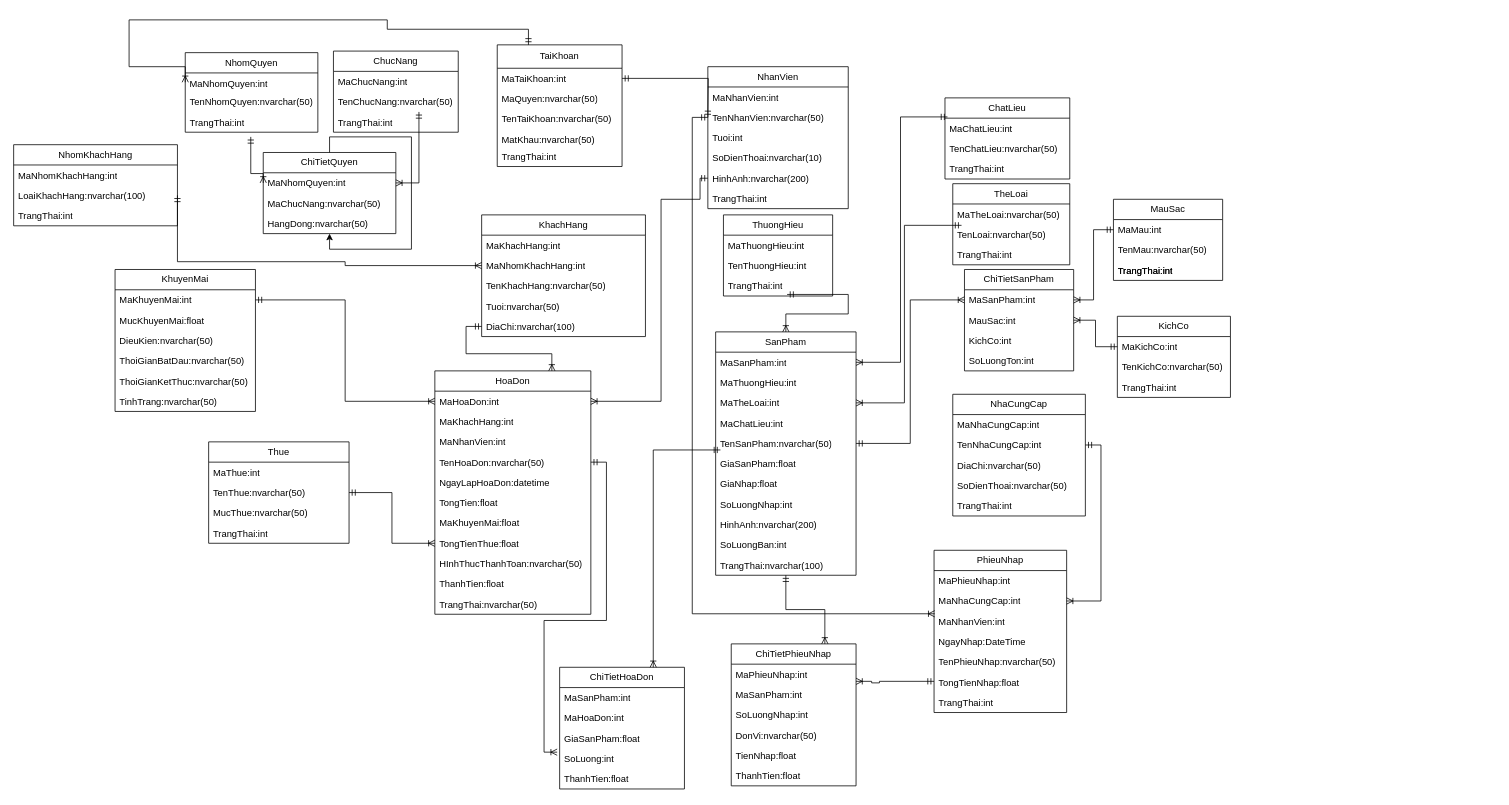
This is Biểu đồ không có tiêu đề (1).drawio from maivantai2003/Database, a draw.io file, before an edit. Source tidied: cells renumbered, new cells numbered last; positions are measured from the earlier drawing's top-left corner, leaving out a move shared by most shapes. Both pictures are drawn from the tidied source at 78%, with x=0, y=0 at pixel (13, 20).
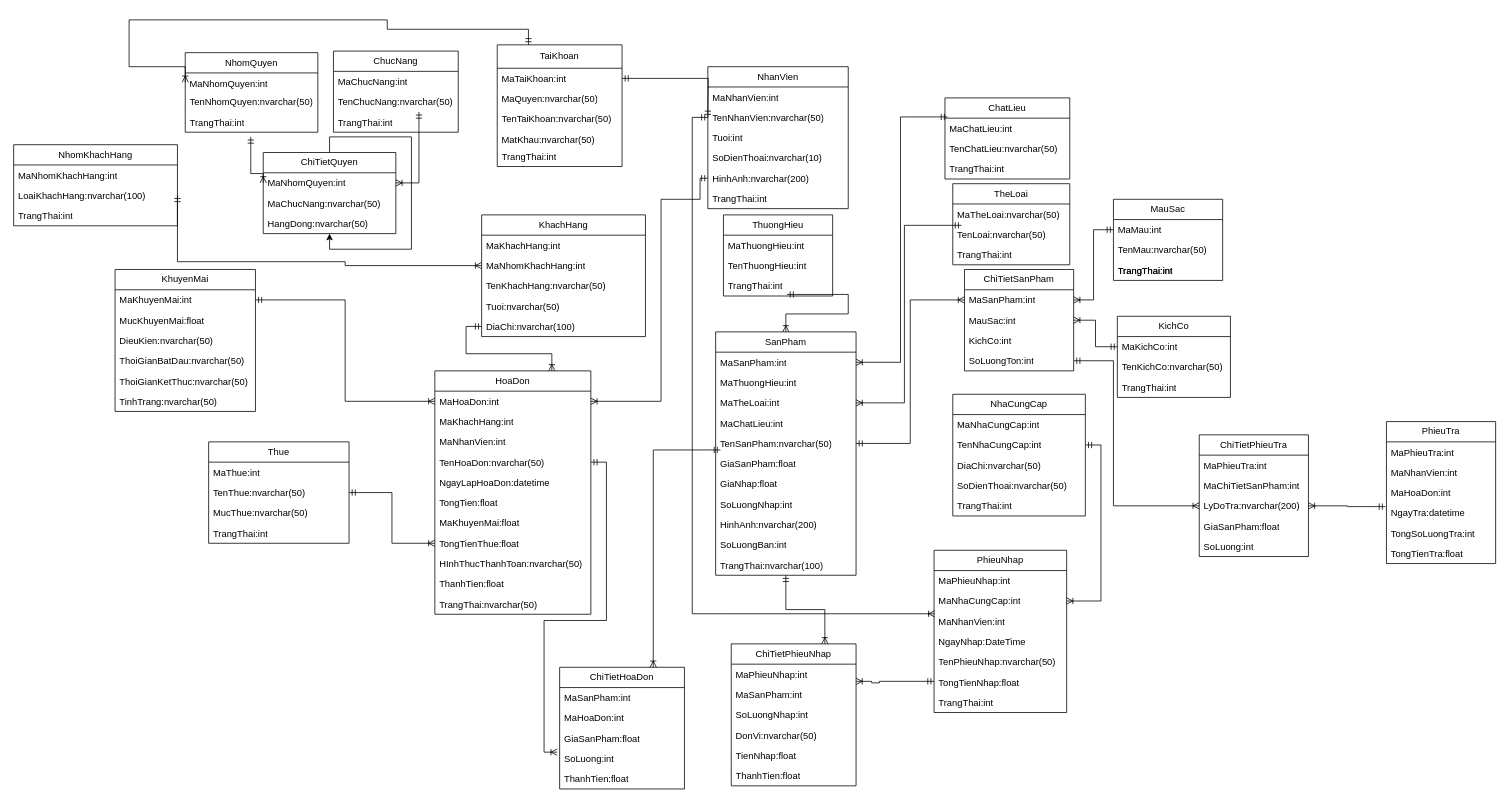
The same page after the edit.

Commit message:
Cập nhật Biểu đồ không có tiêu đề (1).drawio

The change refers to these unchanged cells:
```xml
<mxCell id="137" value="SoLuongTon:int" style="text;strokeColor=none;fillColor=none;align=left;verticalAlign=top;spacingLeft=4;spacingRight=4;overflow=hidden;points=[[0,0.5],[1,0.5]];portConstraint=eastwest;whiteSpace=wrap;html=1;" parent="133" vertex="1">
  <mxGeometry y="104" width="140" height="26" as="geometry" />
</mxCell>
```

The edit, as a diff of the source:
```diff
@@
+    <mxCell id="148" value="PhieuTra" style="swimlane;fontStyle=0;horizontal=1;startSize=26;fillColor=none;whiteSpace=wrap;html=1;" parent="1" vertex="1">
+      <mxGeometry x="1760" y="515" width="140" height="182" as="geometry" />
+    </mxCell>
+    <mxCell id="149" value="MaPhieuTra:int" style="text;strokeColor=none;fillColor=none;align=left;verticalAlign=top;spacingLeft=4;spacingRight=4;overflow=hidden;whiteSpace=wrap;html=1;" parent="148" vertex="1">
+      <mxGeometry y="26" width="140" height="26" as="geometry" />
+    </mxCell>
+    <mxCell id="150" value="MaNhanVien:int" style="text;strokeColor=none;fillColor=none;align=left;verticalAlign=top;spacingLeft=4;spacingRight=4;overflow=hidden;whiteSpace=wrap;html=1;" parent="148" vertex="1">
+      <mxGeometry y="52" width="140" height="26" as="geometry" />
+    </mxCell>
+    <mxCell id="151" value="MaHoaDon:int" style="text;strokeColor=none;fillColor=none;align=left;verticalAlign=top;spacingLeft=4;spacingRight=4;overflow=hidden;whiteSpace=wrap;html=1;" parent="148" vertex="1">
+      <mxGeometry y="78" width="140" height="26" as="geometry" />
+    </mxCell>
+    <mxCell id="152" value="NgayTra:datetime" style="text;strokeColor=none;fillColor=none;align=left;verticalAlign=top;spacingLeft=4;spacingRight=4;overflow=hidden;points=[[0,0.5],[1,0.5]];portConstraint=eastwest;whiteSpace=wrap;html=1;" parent="148" vertex="1">
+      <mxGeometry y="104" width="140" height="26" as="geometry" />
+    </mxCell>
+    <mxCell id="153" value="TongSoLuongTra:int" style="text;strokeColor=none;fillColor=none;align=left;verticalAlign=top;spacingLeft=4;spacingRight=4;overflow=hidden;whiteSpace=wrap;html=1;" parent="148" vertex="1">
+      <mxGeometry y="130" width="140" height="26" as="geometry" />
+    </mxCell>
+    <mxCell id="154" value="TongTienTra:float" style="text;strokeColor=none;fillColor=none;align=left;verticalAlign=top;spacingLeft=4;spacingRight=4;overflow=hidden;whiteSpace=wrap;html=1;" parent="148" vertex="1">
+      <mxGeometry y="156" width="140" height="26" as="geometry" />
+    </mxCell>
+    <mxCell id="155" value="ChiTietPhieuTra" style="swimlane;fontStyle=0;horizontal=1;startSize=26;fillColor=none;whiteSpace=wrap;html=1;" parent="1" vertex="1">
+      <mxGeometry x="1520" y="532" width="140" height="156" as="geometry" />
+    </mxCell>
+    <mxCell id="156" value="MaPhieuTra:int" style="text;strokeColor=none;fillColor=none;align=left;verticalAlign=top;spacingLeft=4;spacingRight=4;overflow=hidden;whiteSpace=wrap;html=1;" parent="155" vertex="1">
+      <mxGeometry y="26" width="140" height="26" as="geometry" />
+    </mxCell>
+    <mxCell id="157" value="MaChiTietSanPham:int" style="text;strokeColor=none;fillColor=none;align=left;verticalAlign=top;spacingLeft=4;spacingRight=4;overflow=hidden;whiteSpace=wrap;html=1;" parent="155" vertex="1">
+      <mxGeometry y="52" width="140" height="26" as="geometry" />
+    </mxCell>
+    <mxCell id="158" value="LyDoTra:nvarchar(200)" style="text;strokeColor=none;fillColor=none;align=left;verticalAlign=top;spacingLeft=4;spacingRight=4;overflow=hidden;points=[[0,0.5],[1,0.5]];portConstraint=eastwest;whiteSpace=wrap;html=1;" parent="155" vertex="1">
+      <mxGeometry y="78" width="140" height="26" as="geometry" />
+    </mxCell>
+    <mxCell id="159" value="GiaSanPham:float" style="text;strokeColor=none;fillColor=none;align=left;verticalAlign=top;spacingLeft=4;spacingRight=4;overflow=hidden;whiteSpace=wrap;html=1;" parent="155" vertex="1">
+      <mxGeometry y="104" width="140" height="26" as="geometry" />
+    </mxCell>
+    <mxCell id="160" value="SoLuong:int" style="text;strokeColor=none;fillColor=none;align=left;verticalAlign=top;spacingLeft=4;spacingRight=4;overflow=hidden;whiteSpace=wrap;html=1;" parent="155" vertex="1">
+      <mxGeometry y="130" width="140" height="26" as="geometry" />
+    </mxCell>
+    <mxCell id="161" style="edgeStyle=orthogonalEdgeStyle;rounded=0;jettySize=auto;html=1;exitX=1;exitY=0.5;exitDx=0;exitDy=0;entryX=0;entryY=0.5;entryDx=0;entryDy=0;startArrow=ERmandOne;startFill=0;endArrow=ERoneToMany;endFill=0;" parent="1" edge="1" source="137" target="158">
+      <mxGeometry relative="1" as="geometry">
+        <Array as="points">
+          <mxPoint x="1410" y="437" />
+          <mxPoint x="1410" y="623" />
+        </Array>
+      </mxGeometry>
+    </mxCell>
+    <mxCell id="162" style="edgeStyle=orthogonalEdgeStyle;rounded=0;jettySize=auto;html=1;exitX=1;exitY=0.5;exitDx=0;exitDy=0;entryX=-0.009;entryY=0.192;entryDx=0;entryDy=0;entryPerimeter=0;startArrow=ERoneToMany;startFill=0;endArrow=ERmandOne;endFill=0;" parent="1" edge="1" source="158" target="152">
+      <mxGeometry relative="1" as="geometry" />
+    </mxCell>
```
